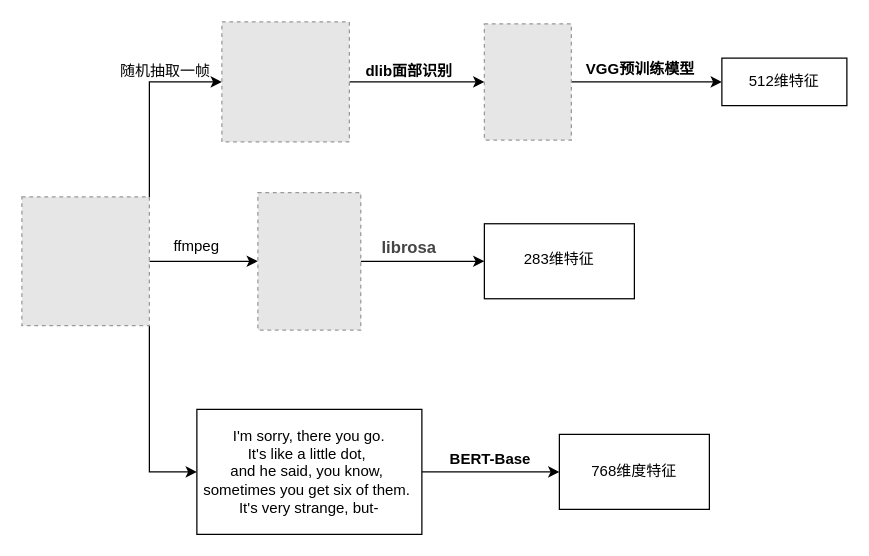
Above: feature_extration.drawio in wangjiwu/Unity (draw.io), before the change. Source tidied: cells renumbered, new cells numbered last; positions are measured from the earlier drawing's top-left corner, leaving out a move shared by most shapes. Both pictures are drawn from the tidied source at 125%, with x=0, y=0 at pixel (21, 21). Pictures stored in the file or linked from it are replaced by grey dashed boxes.
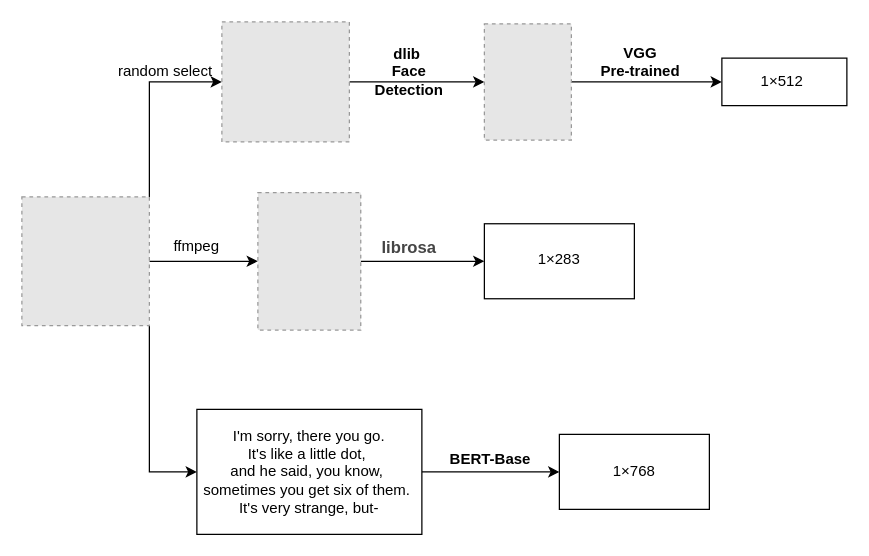
Above is the later version.

The edit, as a diff of the source:
```diff
@@
-    <mxCell id="14" value="随机抽取一帧" style="text;html=1;strokeColor=none;fillColor=none;align=center;verticalAlign=middle;whiteSpace=wrap;rounded=0;" parent="1" vertex="1">
+    <mxCell id="14" value="random select" style="text;html=1;strokeColor=none;fillColor=none;align=center;verticalAlign=middle;whiteSpace=wrap;rounded=0;" parent="1" vertex="1">
       <mxGeometry x="70" y="30" width="90" height="20" as="geometry" />
     </mxCell>
-    <mxCell id="15" value="dlib面部识别" style="text;html=1;strokeColor=none;fillColor=none;align=center;verticalAlign=middle;whiteSpace=wrap;rounded=0;fontStyle=1;" parent="1" vertex="1">
+    <mxCell id="15" value="dlib&amp;nbsp;&lt;br&gt;Face Detection" style="text;html=1;strokeColor=none;fillColor=none;align=center;verticalAlign=middle;whiteSpace=wrap;rounded=0;fontStyle=1;" parent="1" vertex="1">
       <mxGeometry x="270" y="30" width="80" height="20" as="geometry" />
     </mxCell>
@@
-    <mxCell id="17" value="512维特征" style="rounded=0;whiteSpace=wrap;html=1;" parent="1" vertex="1">
+    <mxCell id="17" value="&lt;span style=&quot;background-color: rgb(255 , 255 , 255)&quot;&gt;1×&lt;/span&gt;512&amp;nbsp;" style="rounded=0;whiteSpace=wrap;html=1;" parent="1" vertex="1">
       <mxGeometry x="560" y="29" width="100" height="38" as="geometry" />
     </mxCell>
-    <mxCell id="18" value="&lt;br&gt;VGG预训练模型" style="text;html=1;strokeColor=none;fillColor=none;align=center;verticalAlign=middle;whiteSpace=wrap;rounded=0;fontStyle=1;" parent="1" vertex="1">
-      <mxGeometry x="450" y="20" width="90" height="20" as="geometry" />
+    <mxCell id="18" value="&lt;br&gt;VGG&lt;br&gt;&amp;nbsp;Pre-trained&amp;nbsp;" style="text;html=1;strokeColor=none;fillColor=none;align=center;verticalAlign=middle;whiteSpace=wrap;rounded=0;fontStyle=1;" parent="1" vertex="1">
+      <mxGeometry x="450" y="15" width="90" height="20" as="geometry" />
     </mxCell>
-    <mxCell id="19" value="&lt;br&gt;283维特征" style="whiteSpace=wrap;html=1;verticalAlign=top;labelBackgroundColor=#ffffff;" parent="1" vertex="1">
+    <mxCell id="19" value="&lt;br&gt;&lt;div&gt;1×283&lt;/div&gt;" style="whiteSpace=wrap;html=1;verticalAlign=top;labelBackgroundColor=#ffffff;" parent="1" vertex="1">
       <mxGeometry x="370" y="161.5" width="120" height="60" as="geometry" />
     </mxCell>
-    <mxCell id="20" value="768维度特征" style="whiteSpace=wrap;html=1;rounded=0;" parent="1" vertex="1">
+    <mxCell id="20" value="&lt;span style=&quot;background-color: rgb(255 , 255 , 255)&quot;&gt;1×&lt;/span&gt;768" style="whiteSpace=wrap;html=1;rounded=0;" parent="1" vertex="1">
       <mxGeometry x="430" y="330" width="120" height="60" as="geometry" />
     </mxCell>
```
